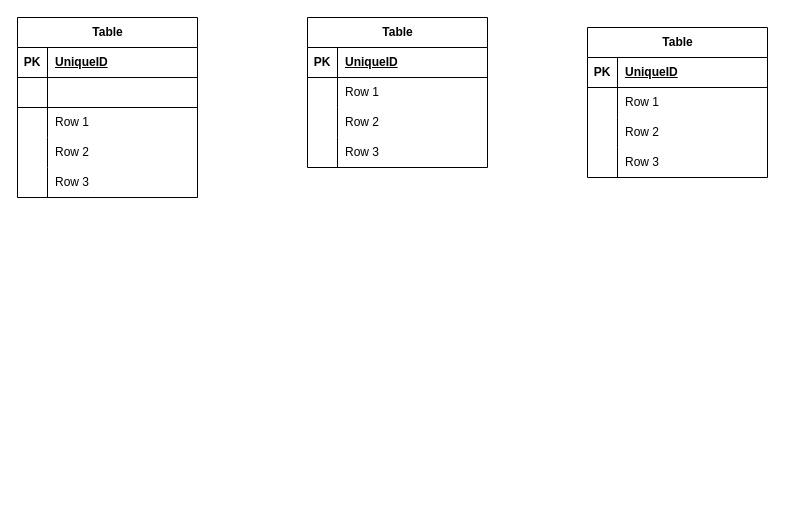
Before: docs/er/ER図.drawio in k1128kazu/ikeda_fleamarket, a draw.io diagram. Source tidied: cells renumbered, new cells numbered last; positions are measured from the earlier drawing's top-left corner, leaving out a move shared by most shapes. Both pictures are drawn from the tidied source at 100%, with x=0, y=0 at pixel (17, 17).
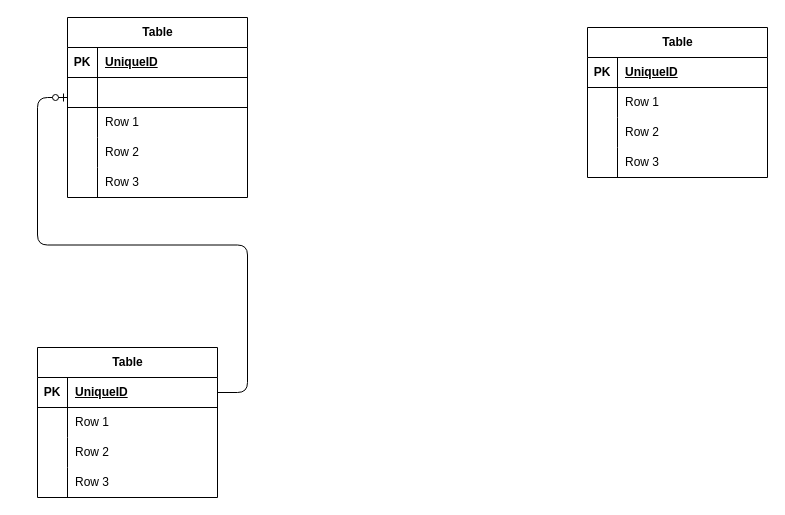
The same page after the edit.

Unchanged cells that the change refers to:
```xml
<mxCell id="19" style="shape=tableRow;horizontal=0;startSize=0;swimlaneHead=0;swimlaneBody=0;fillColor=none;points=[[0,0.5],[1,0.5]];portConstraint=eastwest;top=0;left=0;right=0;bottom=1;" parent="18" vertex="1">
  <mxGeometry y="30" width="180" height="30" as="geometry" />
</mxCell>
```

What changed in the source:
```diff
@@
     <mxCell id="2" value="Table" style="shape=table;startSize=30;childLayout=tableLayout;rowLines=0;fontStyle=1;align=center;html=1;" parent="1" vertex="1">
-      <mxGeometry width="180" height="180" as="geometry" />
+      <mxGeometry x="50" width="180" height="180" as="geometry" />
     </mxCell>
@@
     <mxCell id="18" value="Table" style="shape=table;startSize=30;childLayout=tableLayout;rowLines=0;fontStyle=1;align=center;html=1;" parent="1" vertex="1">
-      <mxGeometry x="290" width="180" height="150" as="geometry" />
+      <mxGeometry x="20" y="330" width="180" height="150" as="geometry" />
     </mxCell>
@@
+    <mxCell id="44" style="edgeStyle=entityRelationEdgeStyle;fontSize=12;html=1;endArrow=ERzeroToOne;endFill=1;exitX=1;exitY=0.5;exitDx=0;exitDy=0;" parent="1" edge="1" source="19">
+      <mxGeometry relative="1" as="geometry">
+        <mxPoint x="50" y="80" as="targetPoint" />
+        <Array as="points">
+          <mxPoint x="60" y="546" />
+          <mxPoint x="-20" y="370" />
+          <mxPoint y="130" />
+          <mxPoint x="60" y="536" />
+          <mxPoint x="60" y="546" />
+          <mxPoint x="50" y="596" />
+        </Array>
+      </mxGeometry>
+    </mxCell>
```
